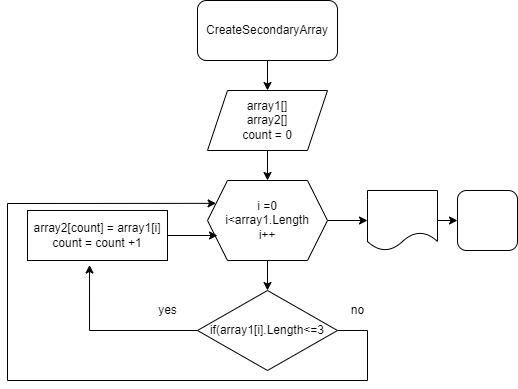
The draw.io diagram block.diagram.drawio.png in kaikillgerda/1st_final_project, before a commit. Source tidied: cells renumbered, new cells last; positions are measured from the earlier drawing's top-left corner, leaving out a move shared by most shapes.
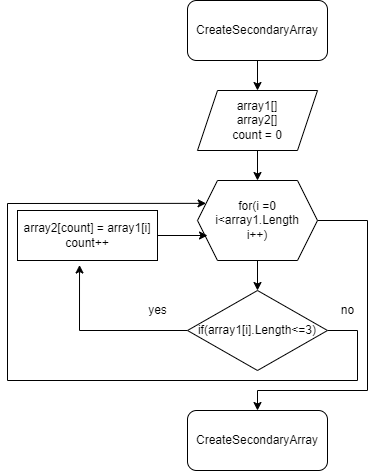
The same file after the commit.

Commit message:
Added a block diagram

Diff of the diagram source:
```diff
@@ -26,21 +26,28 @@
         <Array as="points">
           <mxPoint x="360" y="330" />
           <mxPoint x="360" y="380" />
-          <mxPoint y="380" />
-          <mxPoint y="203" />
+          <mxPoint x="10" y="380" />
+          <mxPoint x="10" y="203" />
         </Array>
       </mxGeometry>
     </mxCell>
-    <mxCell id="8" value="if(array1[i].Length&amp;lt;=3" style="rhombus;whiteSpace=wrap;html=1;" parent="1" vertex="1">
+    <mxCell id="8" value="if(array1[i].Length&amp;lt;=3)" style="rhombus;whiteSpace=wrap;html=1;" parent="1" vertex="1">
       <mxGeometry x="190" y="290" width="140" height="80" as="geometry" />
     </mxCell>
     <mxCell id="9" style="edgeStyle=none;rounded=0;html=1;exitX=0.5;exitY=1;exitDx=0;exitDy=0;entryX=0.5;entryY=0;entryDx=0;entryDy=0;" parent="1" edge="1" source="11" target="8">
       <mxGeometry relative="1" as="geometry" />
     </mxCell>
-    <mxCell id="10" style="edgeStyle=none;rounded=0;html=1;exitX=1;exitY=0.5;exitDx=0;exitDy=0;" parent="1" edge="1" source="11" target="17">
-      <mxGeometry relative="1" as="geometry" />
-    </mxCell>
+    <mxCell id="16" style="edgeStyle=none;html=1;exitX=1;exitY=0.5;exitDx=0;exitDy=0;rounded=0;" parent="1" edge="1" source="11">
+      <mxGeometry relative="1" as="geometry">
+        <mxPoint x="260" y="410" as="targetPoint" />
+        <Array as="points">
+          <mxPoint x="370" y="220" />
+          <mxPoint x="370" y="390" />
+          <mxPoint x="260" y="390" />
+        </Array>
+      </mxGeometry>
+    </mxCell>
-    <mxCell id="11" value="i =0&lt;br&gt;i&amp;lt;array1.Length&lt;br&gt;i++" style="shape=hexagon;perimeter=hexagonPerimeter2;whiteSpace=wrap;html=1;fixedSize=1;" parent="1" vertex="1">
+    <mxCell id="11" value="for(i =0&lt;br&gt;i&amp;lt;array1.Length&lt;br&gt;i++)" style="shape=hexagon;perimeter=hexagonPerimeter2;whiteSpace=wrap;html=1;fixedSize=1;" parent="1" vertex="1">
       <mxGeometry x="200" y="180" width="120" height="80" as="geometry" />
     </mxCell>
     <mxCell id="12" value="yes" style="text;html=1;align=center;verticalAlign=middle;strokeColor=none;fillColor=none;" parent="1" vertex="1">
@@ -54,17 +61,11 @@
         <mxPoint x="210" y="235" as="targetPoint" />
       </mxGeometry>
     </mxCell>
-    <mxCell id="15" value="array2[count] = array1[i]&lt;br&gt;count = count +1" style="rounded=0;whiteSpace=wrap;html=1;" parent="1" vertex="1">
+    <mxCell id="15" value="array2[count] = array1[i]&lt;br&gt;count++" style="rounded=0;whiteSpace=wrap;html=1;" parent="1" vertex="1">
       <mxGeometry x="20" y="210" width="140" height="50" as="geometry" />
     </mxCell>
-    <mxCell id="16" style="edgeStyle=none;rounded=0;html=1;entryX=0;entryY=0.5;entryDx=0;entryDy=0;" parent="1" edge="1" source="17" target="18">
-      <mxGeometry relative="1" as="geometry" />
-    </mxCell>
-    <mxCell id="17" style="shape=document;whiteSpace=wrap;html=1;boundedLbl=1;" parent="1" vertex="1">
-      <mxGeometry x="360" y="190" width="70" height="60" as="geometry" />
-    </mxCell>
-    <mxCell id="18" style="rounded=1;whiteSpace=wrap;html=1;" parent="1" vertex="1">
-      <mxGeometry x="450" y="190" width="60" height="60" as="geometry" />
-    </mxCell>
+    <mxCell id="19" value="CreateSecondaryArray" style="rounded=1;whiteSpace=wrap;html=1;" parent="1" vertex="1">
+      <mxGeometry x="190" y="410" width="140" height="60" as="geometry" />
+    </mxCell>
   </root>
 </mxGraphModel>
```
